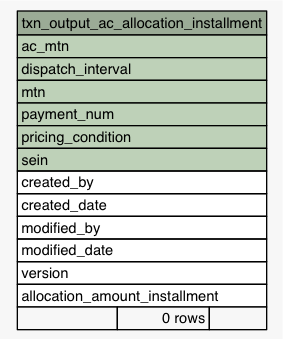
This is Data/settlement/diagrams/summary/txn_output_ac_allocation_installment.1degree.png from eyana-m/python-data-dictionary-writer, a Graphviz export, as it was before one commit. Its source is kept beside it as Data/settlement/diagrams/summary/txn_output_ac_allocation_installment.1degree.dot. Source of this version:
```dot
digraph "txn_output_ac_allocation_installment" {
  graph [
    rankdir="RL"
    bgcolor="#f7f7f7"
    nodesep="0.18"
    ranksep="0.46"
    fontname="Helvetica"
    fontsize="11"
  ];
  node [
    fontname="Helvetica"
    fontsize="11"
    shape="plaintext"
  ];
  edge [
    arrowsize="0.8"
  ];
  "txn_output_ac_allocation_installment" [
    label=<
    <TABLE BORDER="0" CELLBORDER="1" CELLSPACING="0" BGCOLOR="#ffffff">
      <TR><TD COLSPAN="3" BGCOLOR="#9bab96" ALIGN="CENTER">txn_output_ac_allocation_installment</TD></TR>
      <TR><TD PORT="ac_mtn" COLSPAN="3" BGCOLOR="#bed1b8" ALIGN="LEFT">ac_mtn</TD></TR>
      <TR><TD PORT="dispatch_interval" COLSPAN="3" BGCOLOR="#bed1b8" ALIGN="LEFT">dispatch_interval</TD></TR>
      <TR><TD PORT="mtn" COLSPAN="3" BGCOLOR="#bed1b8" ALIGN="LEFT">mtn</TD></TR>
      <TR><TD PORT="payment_num" COLSPAN="3" BGCOLOR="#bed1b8" ALIGN="LEFT">payment_num</TD></TR>
      <TR><TD PORT="pricing_condition" COLSPAN="3" BGCOLOR="#bed1b8" ALIGN="LEFT">pricing_condition</TD></TR>
      <TR><TD PORT="sein" COLSPAN="3" BGCOLOR="#bed1b8" ALIGN="LEFT">sein</TD></TR>
      <TR><TD PORT="created_by" COLSPAN="3" ALIGN="LEFT">created_by</TD></TR>
      <TR><TD PORT="created_date" COLSPAN="3" ALIGN="LEFT">created_date</TD></TR>
      <TR><TD PORT="modified_by" COLSPAN="3" ALIGN="LEFT">modified_by</TD></TR>
      <TR><TD PORT="modified_date" COLSPAN="3" ALIGN="LEFT">modified_date</TD></TR>
      <TR><TD PORT="version" COLSPAN="3" ALIGN="LEFT">version</TD></TR>
      <TR><TD PORT="allocation_amount_installment" COLSPAN="3" ALIGN="LEFT">allocation_amount_installment</TD></TR>
      <TR><TD ALIGN="LEFT" BGCOLOR="#f7f7f7">  </TD><TD ALIGN="RIGHT" BGCOLOR="#f7f7f7">0 rows</TD><TD ALIGN="RIGHT" BGCOLOR="#f7f7f7">  </TD></TR>
    </TABLE>>
    URL="tables/txn_output_ac_allocation_installment.html"
    tooltip="txn_output_ac_allocation_installment"
  ];
}
```
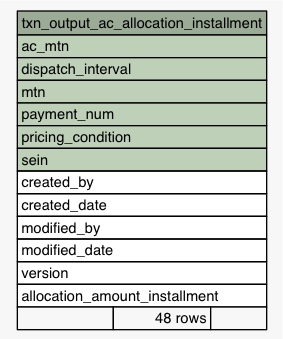
Above is the later version.

Diff of the diagram source:
```diff
@@ -31,7 +31,7 @@
       <TR><TD PORT="modified_date" COLSPAN="3" ALIGN="LEFT">modified_date</TD></TR>
       <TR><TD PORT="version" COLSPAN="3" ALIGN="LEFT">version</TD></TR>
       <TR><TD PORT="allocation_amount_installment" COLSPAN="3" ALIGN="LEFT">allocation_amount_installment</TD></TR>
-      <TR><TD ALIGN="LEFT" BGCOLOR="#f7f7f7">  </TD><TD ALIGN="RIGHT" BGCOLOR="#f7f7f7">0 rows</TD><TD ALIGN="RIGHT" BGCOLOR="#f7f7f7">  </TD></TR>
+      <TR><TD ALIGN="LEFT" BGCOLOR="#f7f7f7">  </TD><TD ALIGN="RIGHT" BGCOLOR="#f7f7f7">48 rows</TD><TD ALIGN="RIGHT" BGCOLOR="#f7f7f7">  </TD></TR>
     </TABLE>>
     URL="tables/txn_output_ac_allocation_installment.html"
     tooltip="txn_output_ac_allocation_installment"
```
